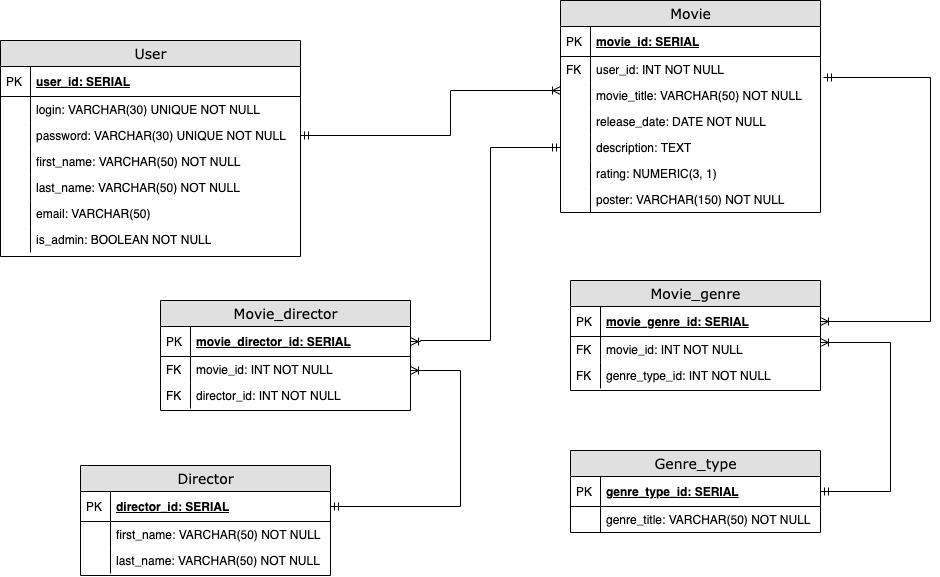
Earlier version of the draw.io export er_diagram/er_diagram.png (Mariia-Kosorotykova/films_project). Source tidied: cells renumbered, new cells last; positions are measured from the earlier drawing's top-left corner, leaving out a move shared by most shapes.
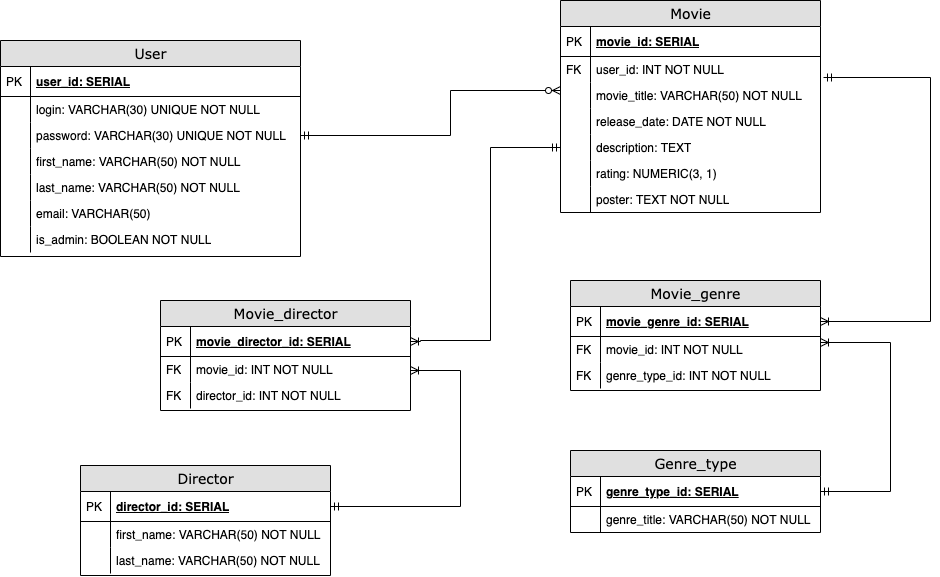
After the change.

Commit message:
Fixed relations between User and Movie

The edit, as a diff of the source:
```diff
@@ -86,7 +86,7 @@
     <mxCell id="29" style="shape=partialRectangle;top=0;left=0;bottom=0;html=1;fillColor=none;align=left;verticalAlign=top;spacingLeft=4;spacingRight=4;whiteSpace=wrap;overflow=hidden;" parent="28" vertex="1">
       <mxGeometry width="30" height="26" as="geometry" />
     </mxCell>
-    <mxCell id="30" value="poster: VARCHAR(150) NOT NULL" style="shape=partialRectangle;top=0;left=0;right=0;bottom=0;html=1;align=left;verticalAlign=top;fillColor=none;spacingLeft=34;spacingRight=4;whiteSpace=wrap;overflow=hidden;" parent="17" vertex="1">
+    <mxCell id="30" value="poster: TEXT NOT NULL" style="shape=partialRectangle;top=0;left=0;right=0;bottom=0;html=1;align=left;verticalAlign=top;fillColor=none;spacingLeft=34;spacingRight=4;whiteSpace=wrap;overflow=hidden;" parent="17" vertex="1">
       <mxGeometry y="186" width="260" height="26" as="geometry" />
     </mxCell>
     <mxCell id="31" style="shape=partialRectangle;top=0;left=0;bottom=0;html=1;fillColor=none;align=left;verticalAlign=top;spacingLeft=4;spacingRight=4;whiteSpace=wrap;overflow=hidden;" parent="30" vertex="1">
@@ -113,7 +113,7 @@
     <mxCell id="38" value="FK" style="shape=partialRectangle;top=0;left=0;bottom=0;html=1;fillColor=none;align=left;verticalAlign=top;spacingLeft=4;spacingRight=4;whiteSpace=wrap;overflow=hidden;" parent="37" vertex="1">
       <mxGeometry width="30" height="26" as="geometry" />
     </mxCell>
-    <mxCell id="39" style="edgeStyle=orthogonalEdgeStyle;html=1;endArrow=ERmandOne;startArrow=ERoneToMany;labelBackgroundColor=none;fontFamily=Verdana;fontSize=14;rounded=0;entryX=1;entryY=0.5;entryDx=0;entryDy=0;endFill=0;startFill=0;" parent="1" edge="1" target="7">
+    <mxCell id="39" style="edgeStyle=orthogonalEdgeStyle;html=1;endArrow=ERmandOne;startArrow=ERzeroToMany;labelBackgroundColor=none;fontFamily=Verdana;fontSize=14;rounded=0;entryX=1;entryY=0.5;entryDx=0;entryDy=0;endFill=0;startFill=1;" parent="1" edge="1" target="7">
       <mxGeometry relative="1" as="geometry">
         <mxPoint x="560" y="90" as="sourcePoint" />
         <Array as="points">
```
